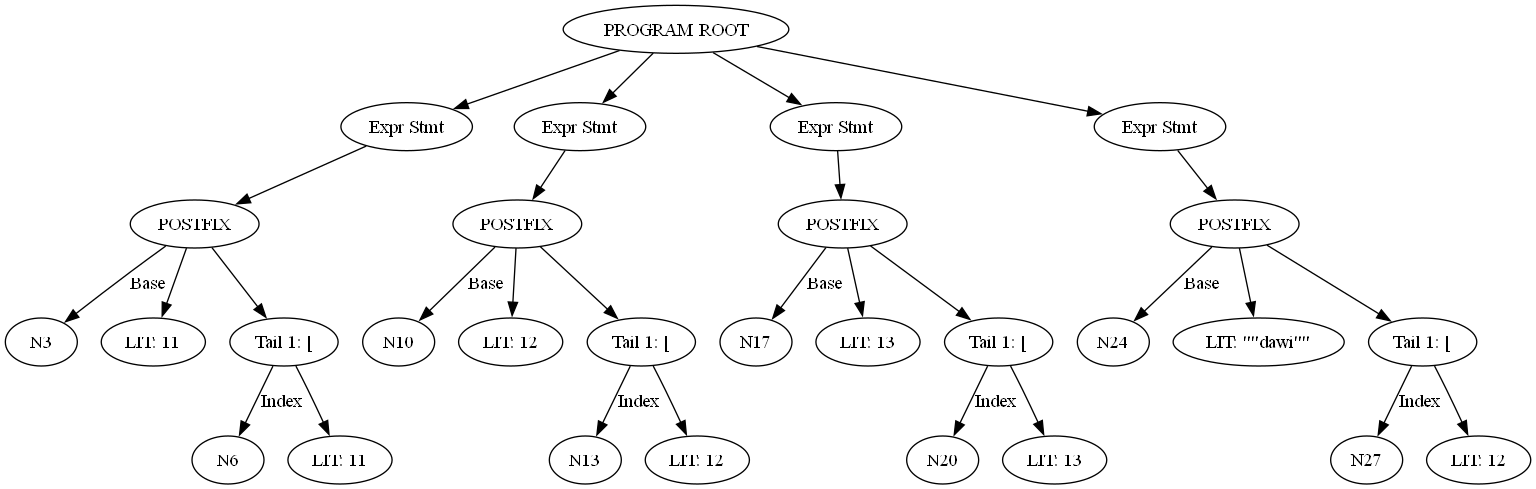
Above: ast.png in dawabeza/MY-LAGUAGE (Graphviz), before the change. Its source is kept beside it as ast.dot.
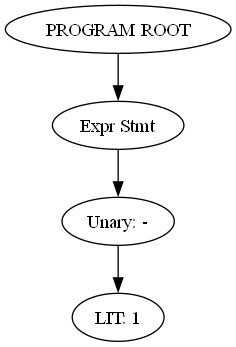
After the commit.

What changed in the source:
```diff
@@ -3,50 +3,8 @@
     N0 [label="PROGRAM ROOT"];
     N1 [label="Expr Stmt"];
     N0 -> N1 [label=""];
-    N2 [label="POSTFIX"];
+    N2 [label="Unary: -"];
     N1 -> N2 [label=""];
-    N2 -> N3 [label="Base"];
-    N4 [label="LIT: 11"];
-    N2 -> N4 [label=""];
-    N5 [label="Tail 1: ["];
-    N2 -> N5 [label=""];
-    N5 -> N6 [label="Index"];
-    N7 [label="LIT: 11"];
-    N5 -> N7 [label=""];
-    N8 [label="Expr Stmt"];
-    N0 -> N8 [label=""];
-    N9 [label="POSTFIX"];
-    N8 -> N9 [label=""];
-    N9 -> N10 [label="Base"];
-    N11 [label="LIT: 12"];
-    N9 -> N11 [label=""];
-    N12 [label="Tail 1: ["];
-    N9 -> N12 [label=""];
-    N12 -> N13 [label="Index"];
-    N14 [label="LIT: 12"];
-    N12 -> N14 [label=""];
-    N15 [label="Expr Stmt"];
-    N0 -> N15 [label=""];
-    N16 [label="POSTFIX"];
-    N15 -> N16 [label=""];
-    N16 -> N17 [label="Base"];
-    N18 [label="LIT: 13"];
-    N16 -> N18 [label=""];
-    N19 [label="Tail 1: ["];
-    N16 -> N19 [label=""];
-    N19 -> N20 [label="Index"];
-    N21 [label="LIT: 13"];
-    N19 -> N21 [label=""];
-    N22 [label="Expr Stmt"];
-    N0 -> N22 [label=""];
-    N23 [label="POSTFIX"];
-    N22 -> N23 [label=""];
-    N23 -> N24 [label="Base"];
-    N25 [label="LIT: \"\"dawi\"\""];
-    N23 -> N25 [label=""];
-    N26 [label="Tail 1: ["];
-    N23 -> N26 [label=""];
-    N26 -> N27 [label="Index"];
-    N28 [label="LIT: 12"];
-    N26 -> N28 [label=""];
+    N3 [label="LIT: 1"];
+    N2 -> N3 [label=""];
 }
```
